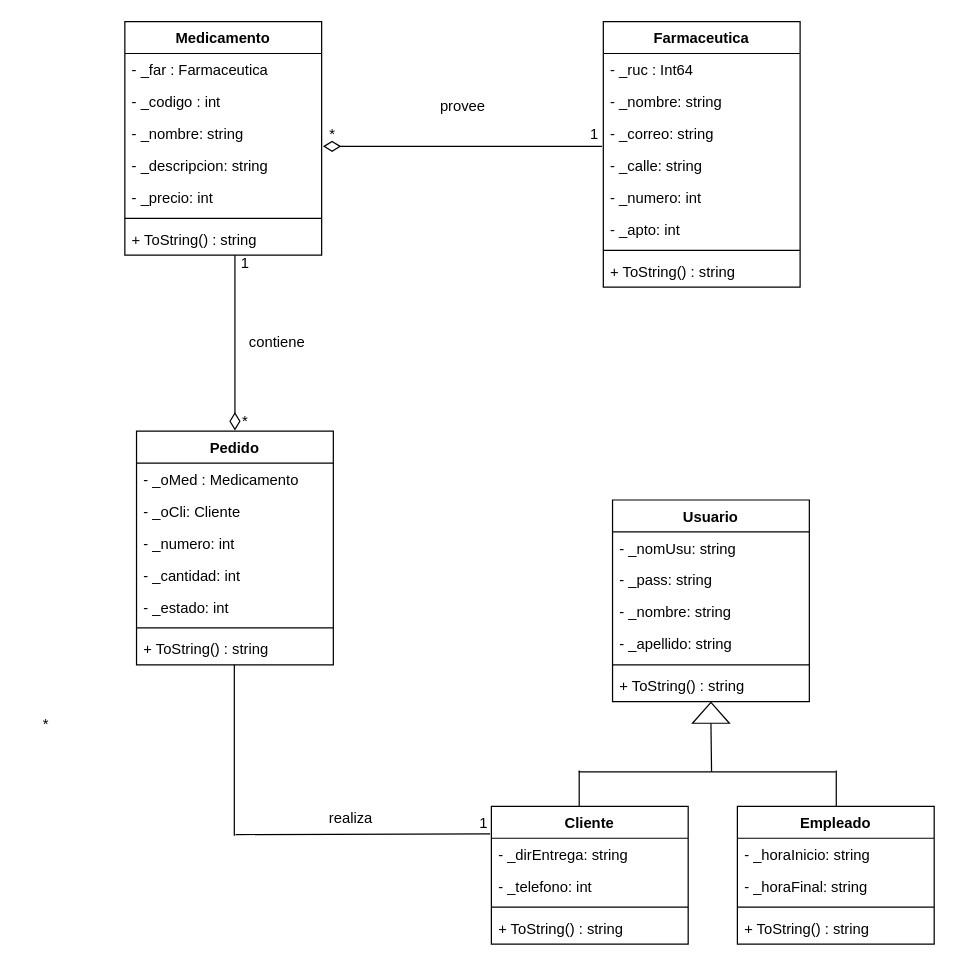
The draw.io diagram MC.drawio in EdwardERF/3_Tier_Program_.NET, before the edit. Source tidied: cells renumbered, new cells numbered last; positions are measured from the earlier drawing's top-left corner, leaving out a move shared by most shapes. Both pictures are drawn from the tidied source at 123%, with x=0, y=0 at pixel (21, 21).
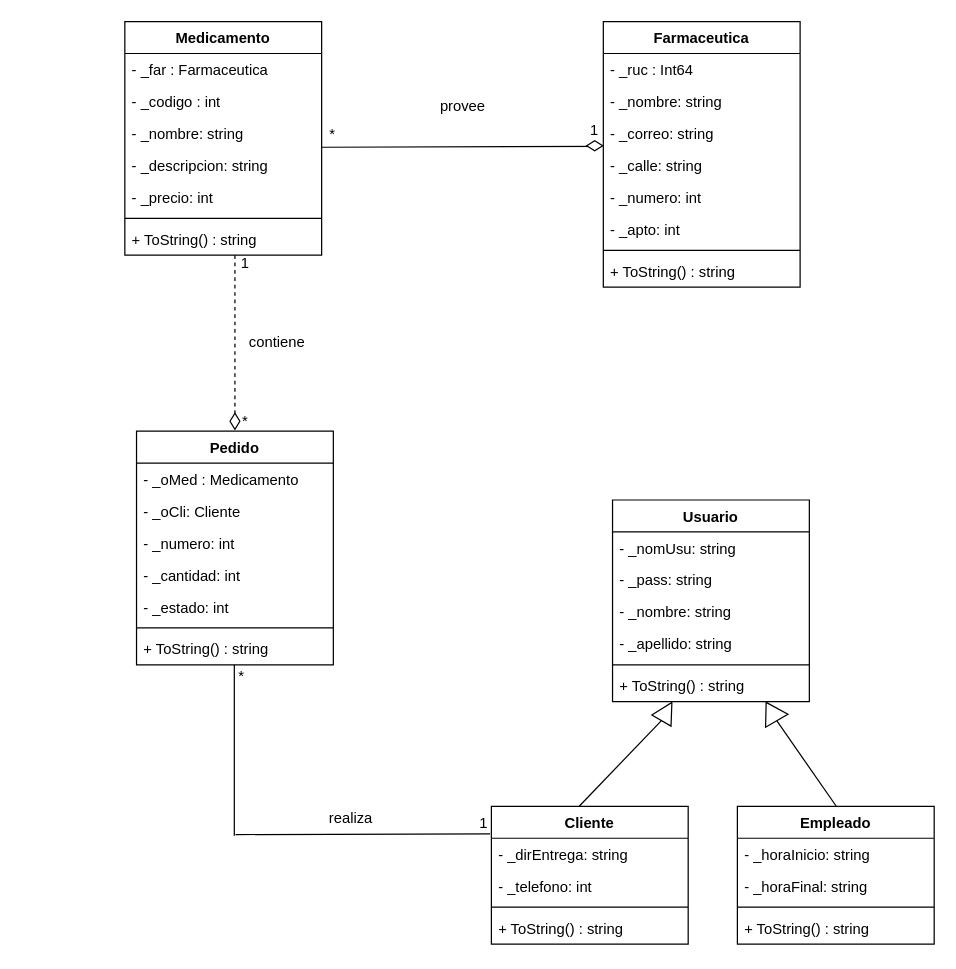
The same diagram, later.

Unchanged cells that the change refers to:
```xml
<mxCell id="17" style="rhombus;whiteSpace=wrap;html=1;fontSize=12;align=center;rotation=-90;" parent="1" vertex="1">
  <mxGeometry x="167" y="321" width="13" height="8" as="geometry" />
</mxCell>
<mxCell id="26" value="- _nombre: string" style="text;strokeColor=none;fillColor=none;align=left;verticalAlign=top;spacingLeft=4;spacingRight=4;overflow=hidden;points=[[0,0.5],[1,0.5]];portConstraint=eastwest;" parent="23" vertex="1">
  <mxGeometry y="78" width="160" height="26" as="geometry" />
</mxCell>
```

Diff of the diagram source:
```diff
@@
-    <mxCell id="2" style="endArrow=none;html=1;strokeWidth=1;fontSize=12;entryX=0;entryY=0.5;entryDx=0;entryDy=0;" parent="1" edge="1" target="6">
-      <mxGeometry relative="1" as="geometry">
-        <mxPoint x="561" y="610" as="sourcePoint" />
-      </mxGeometry>
-    </mxCell>
-    <mxCell id="3" style="endArrow=none;html=1;strokeWidth=1;fontSize=12;" parent="1" edge="1">
+    <mxCell id="3" style="endArrow=none;html=1;strokeWidth=1;fontSize=12;entryX=0;entryY=0.5;entryDx=0;entryDy=0;" parent="1" edge="1" target="6">
       <mxGeometry relative="1" as="geometry">
         <mxPoint x="662.4" y="638" as="sourcePoint" />
-        <mxPoint x="662.4" y="609" as="targetPoint" />
       </mxGeometry>
     </mxCell>
-    <mxCell id="4" style="endArrow=none;html=1;strokeWidth=1;fontSize=12;" parent="1" edge="1">
+    <mxCell id="4" style="endArrow=none;html=1;strokeWidth=1;fontSize=12;entryX=0;entryY=0.5;entryDx=0;entryDy=0;" parent="1" edge="1" target="65">
       <mxGeometry relative="1" as="geometry">
         <mxPoint x="453.4" y="638" as="sourcePoint" />
-        <mxPoint x="453.4" y="609" as="targetPoint" />
       </mxGeometry>
     </mxCell>
-    <mxCell id="5" style="endArrow=none;html=1;strokeWidth=1;fontSize=12;" parent="1" edge="1">
-      <mxGeometry relative="1" as="geometry">
-        <mxPoint x="453" y="610" as="sourcePoint" />
-        <mxPoint x="662" y="610" as="targetPoint" />
-      </mxGeometry>
-    </mxCell>
-    <mxCell id="6" style="triangle;whiteSpace=wrap;html=1;fontSize=12;align=center;rotation=-90;" parent="1" vertex="1">
-      <mxGeometry x="552" y="547" width="17" height="30" as="geometry" />
+    <mxCell id="6" style="triangle;whiteSpace=wrap;html=1;fontSize=12;align=center;rotation=-120;" parent="1" vertex="1">
+      <mxGeometry x="601.1" y="550.5" width="17.2" height="21" as="geometry" />
     </mxCell>
-    <mxCell id="7" style="endArrow=none;html=1;strokeWidth=1;fontSize=12;entryX=0;entryY=0.5;entryDx=0;entryDy=0;exitX=1;exitY=0.5;exitDx=0;exitDy=0;" parent="1" edge="1" source="13">
+    <mxCell id="7" style="endArrow=none;html=1;strokeWidth=1;fontSize=12;entryX=0;entryY=0.5;entryDx=0;entryDy=0;exitX=0.999;exitY=0.931;exitDx=0;exitDy=0;exitPerimeter=0;" parent="1" edge="1" source="26">
       <mxGeometry relative="1" as="geometry">
         <mxPoint x="472" y="101.5" as="targetPoint" />
       </mxGeometry>
     </mxCell>
@@
-    <mxCell id="13" style="rhombus;whiteSpace=wrap;html=1;fontSize=12;align=center;" parent="1" vertex="1">
-      <mxGeometry x="246" y="97.5" width="13" height="8" as="geometry" />
-    </mxCell>
-    <mxCell id="14" style="endArrow=none;html=1;strokeWidth=1;fontSize=12;entryX=0;entryY=0.5;entryDx=0;entryDy=0;exitX=1;exitY=0.5;exitDx=0;exitDy=0;" parent="1" edge="1" target="13">
+    <mxCell id="14" style="endArrow=none;html=1;strokeWidth=1;fontSize=12;entryX=0;entryY=0.5;entryDx=0;entryDy=0;exitX=1;exitY=0.5;exitDx=0;exitDy=0;" parent="1" edge="1">
       <mxGeometry relative="1" as="geometry">
         <mxPoint x="246" y="101.5" as="sourcePoint" />
+        <mxPoint x="246" y="101.5" as="targetPoint" />
       </mxGeometry>
     </mxCell>
@@
     <mxCell id="16" value="1" style="text;html=1;strokeColor=none;fillColor=none;align=center;verticalAlign=middle;whiteSpace=wrap;rounded=0;fontSize=12;" parent="1" vertex="1">
-      <mxGeometry x="446" y="82" width="40" height="20" as="geometry" />
+      <mxGeometry x="446" y="79" width="40" height="20" as="geometry" />
     </mxCell>
@@
-    <mxCell id="18" style="endArrow=none;html=1;strokeWidth=1;fontSize=12;exitX=0.5;exitY=1;exitDx=0;exitDy=0;entryX=1;entryY=0.5;entryDx=0;entryDy=0;" parent="1" edge="1" target="17">
+    <mxCell id="18" style="endArrow=none;html=1;strokeWidth=1;fontSize=12;exitX=0.5;exitY=1;exitDx=0;exitDy=0;entryX=1;entryY=0.5;entryDx=0;entryDy=0;dashed=1;" parent="1" edge="1" target="17">
       <mxGeometry relative="1" as="geometry">
         <mxPoint x="173.5" y="190" as="sourcePoint" />
       </mxGeometry>
     </mxCell>
@@
     <mxCell id="21" value="*" style="text;html=1;strokeColor=none;fillColor=none;align=center;verticalAlign=middle;whiteSpace=wrap;rounded=0;fontSize=12;" parent="1" vertex="1">
-      <mxGeometry y="562" width="40" height="20" as="geometry" />
+      <mxGeometry x="159" y="523" width="40" height="20" as="geometry" />
     </mxCell>
@@
+    <mxCell id="65" style="triangle;whiteSpace=wrap;html=1;fontSize=12;align=center;rotation=-60;" parent="1" vertex="1">
+      <mxGeometry x="516" y="552" width="17" height="18" as="geometry" />
+    </mxCell>
+    <mxCell id="66" style="rhombus;whiteSpace=wrap;html=1;fontSize=12;align=center;" parent="1" vertex="1">
+      <mxGeometry x="459.5" y="97" width="13" height="8" as="geometry" />
+    </mxCell>
```
